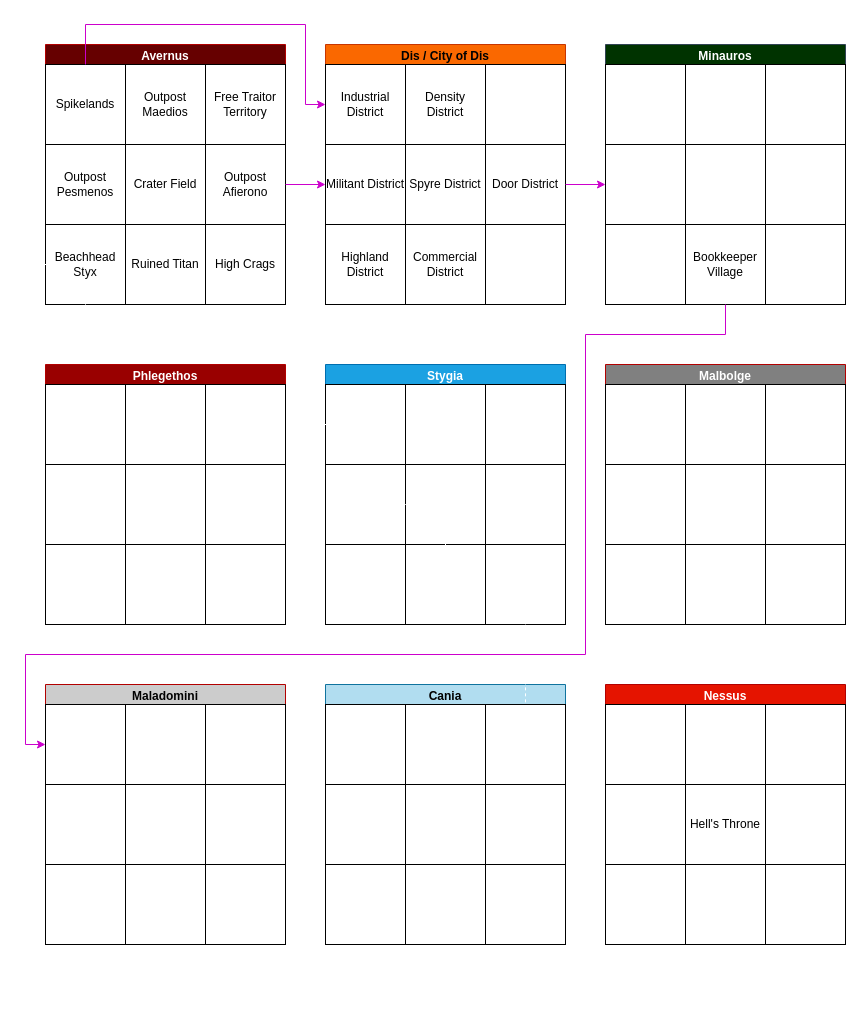
Earlier version of the draw.io diagram MEDIA/SUPP/baatorMap.drawio (craftingcity/The-Known-World). Source tidied: cells renumbered, new cells numbered last; positions are measured from the earlier drawing's top-left corner, leaving out a move shared by most shapes. Both pictures are drawn from the tidied source at 100%, with x=0, y=0 at pixel (25, 24).
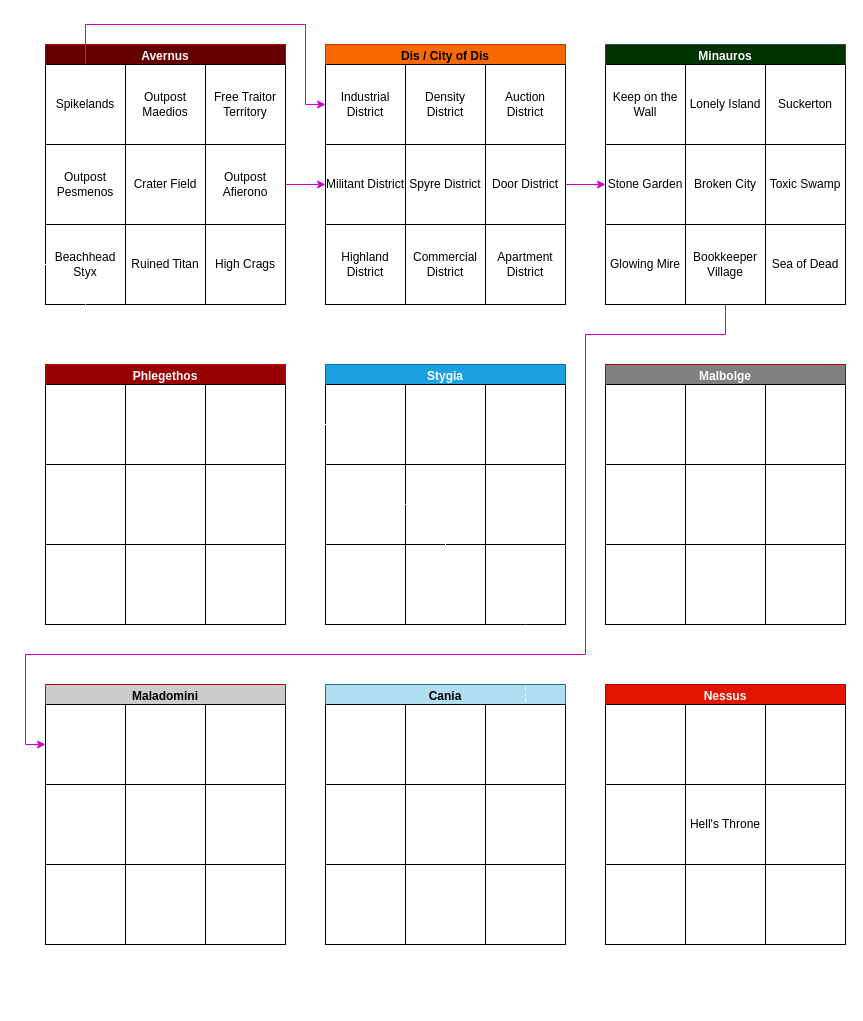
The same page after the edit.

The change refers to these unchanged cells:
```xml
<mxCell id="12" value="Dis / City of Dis" style="swimlane;whiteSpace=wrap;html=1;fillColor=#fa6800;fontColor=#000000;strokeColor=#C73500;" parent="1" vertex="1">
  <mxGeometry x="300" y="20" width="240" height="260" as="geometry" />
</mxCell>
<mxCell id="22" value="Minauros" style="swimlane;whiteSpace=wrap;html=1;fillColor=#003300;fontColor=#ffffff;strokeColor=#314354;" parent="1" vertex="1">
  <mxGeometry x="580" y="20" width="240" height="260" as="geometry" />
</mxCell>
```

Change to the diagram source:
```diff
@@
-    <mxCell id="15" style="whiteSpace=wrap;html=1;" parent="12" vertex="1">
+    <mxCell id="15" value="Auction District" style="whiteSpace=wrap;html=1;" parent="12" vertex="1">
       <mxGeometry x="160" y="20" width="80" height="80" as="geometry" />
     </mxCell>
@@
-    <mxCell id="21" style="whiteSpace=wrap;html=1;" parent="12" vertex="1">
+    <mxCell id="21" value="Apartment District" style="whiteSpace=wrap;html=1;" parent="12" vertex="1">
       <mxGeometry x="160" y="180" width="80" height="80" as="geometry" />
     </mxCell>
@@
-    <mxCell id="23" style="whiteSpace=wrap;html=1;" parent="22" vertex="1">
+    <mxCell id="23" value="Keep on the Wall" style="whiteSpace=wrap;html=1;" parent="22" vertex="1">
       <mxGeometry y="20" width="80" height="80" as="geometry" />
     </mxCell>
-    <mxCell id="24" style="whiteSpace=wrap;html=1;" parent="22" vertex="1">
+    <mxCell id="24" value="Lonely Island" style="whiteSpace=wrap;html=1;" parent="22" vertex="1">
       <mxGeometry x="80" y="20" width="80" height="80" as="geometry" />
     </mxCell>
-    <mxCell id="25" style="whiteSpace=wrap;html=1;" parent="22" vertex="1">
+    <mxCell id="25" value="Suckerton" style="whiteSpace=wrap;html=1;" parent="22" vertex="1">
       <mxGeometry x="160" y="20" width="80" height="80" as="geometry" />
     </mxCell>
-    <mxCell id="26" style="whiteSpace=wrap;html=1;" parent="22" vertex="1">
+    <mxCell id="26" value="Stone Garden" style="whiteSpace=wrap;html=1;" parent="22" vertex="1">
       <mxGeometry y="100" width="80" height="80" as="geometry" />
     </mxCell>
-    <mxCell id="27" style="whiteSpace=wrap;html=1;" parent="22" vertex="1">
+    <mxCell id="27" value="Glowing Mire" style="whiteSpace=wrap;html=1;" parent="22" vertex="1">
       <mxGeometry y="180" width="80" height="80" as="geometry" />
     </mxCell>
-    <mxCell id="28" style="whiteSpace=wrap;html=1;" parent="22" vertex="1">
+    <mxCell id="28" value="Broken City" style="whiteSpace=wrap;html=1;" parent="22" vertex="1">
       <mxGeometry x="80" y="100" width="80" height="80" as="geometry" />
     </mxCell>
-    <mxCell id="29" style="whiteSpace=wrap;html=1;" parent="22" vertex="1">
+    <mxCell id="29" value="Toxic Swamp" style="whiteSpace=wrap;html=1;" parent="22" vertex="1">
       <mxGeometry x="160" y="100" width="80" height="80" as="geometry" />
     </mxCell>
@@
-    <mxCell id="31" style="whiteSpace=wrap;html=1;" parent="22" vertex="1">
+    <mxCell id="31" value="Sea of Dead" style="whiteSpace=wrap;html=1;" parent="22" vertex="1">
       <mxGeometry x="160" y="180" width="80" height="80" as="geometry" />
     </mxCell>
```
